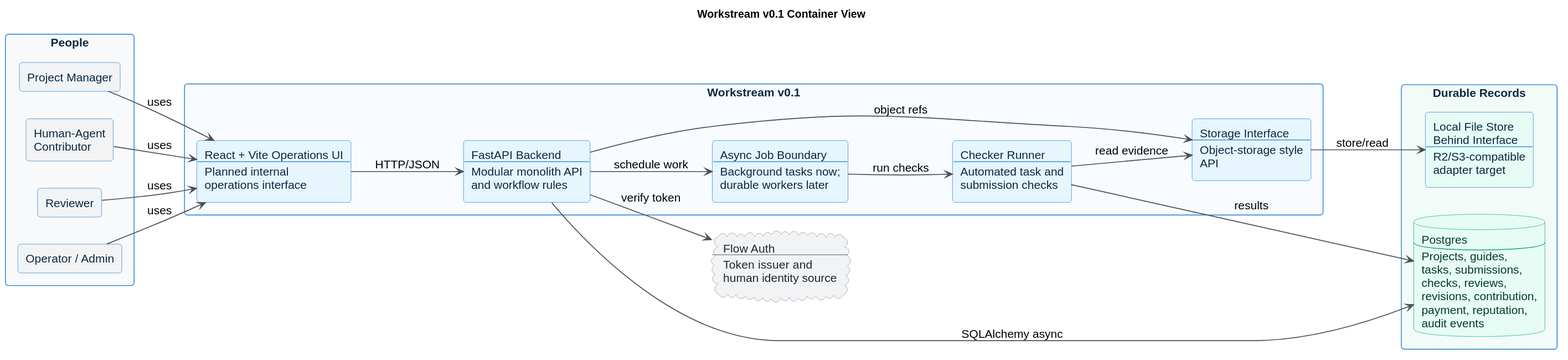
jorshimayor/workstream keeps this PlantUML diagram as docs/diagrams/rendered/workstream_v01_container.svg. Above is the earlier version.
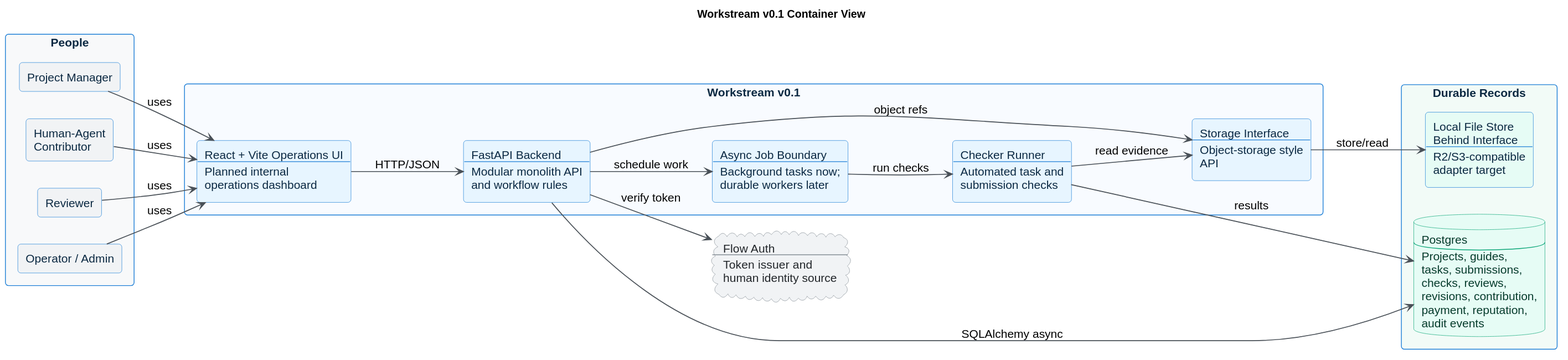
After the change.

Commit message:
Align operations UI diagram wording

Diff of the diagram source:
```diff
@@ -37,7 +37,7 @@
 cloud "Flow Auth\n----\nToken issuer and\nhuman identity source" as flow_auth
 
 package "Workstream v0.1" #F8FBFF {
-  rectangle "React + Vite Operations UI\n----\nPlanned internal\noperations interface" as frontend
+  rectangle "React + Vite Operations UI\n----\nPlanned internal\noperations dashboard" as frontend
   rectangle "FastAPI Backend\n----\nModular monolith API\nand workflow rules" as api
   rectangle "Async Job Boundary\n----\nBackground tasks now;\ndurable workers later" as jobs
   rectangle "Checker Runner\n----\nAutomated task and\nsubmission checks" as checker
```
